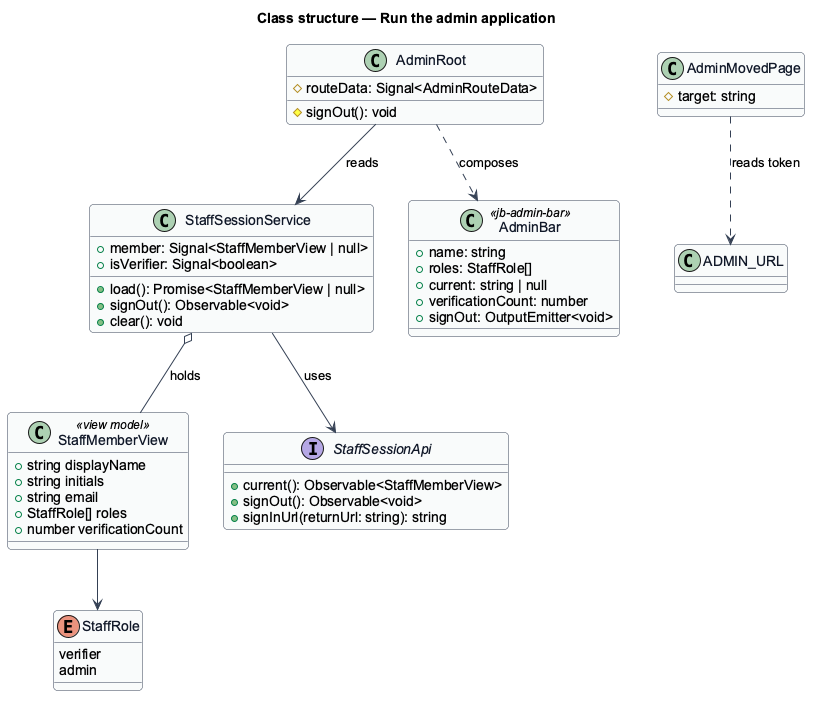
Earlier version of the PlantUML export docs/detailed-designs/admin/run-admin-application/diagrams/class-structure.png (QuinntyneBrown/jubilee).
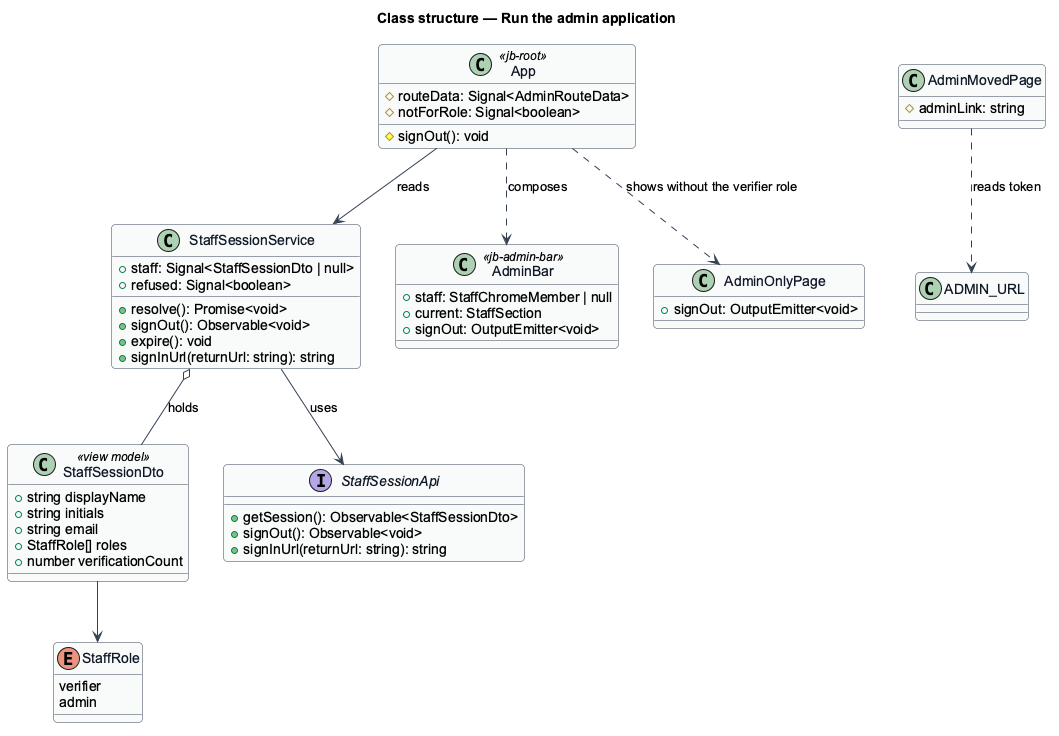
Above is the later version.

The edit, as a diff of the source:
```diff
@@ -11,7 +11,7 @@
 }
 title Class structure — Run the admin application
 
-class StaffMemberView <<view model>> {
+class StaffSessionDto <<view model>> {
   +string displayName
   +string initials
   +string email
@@ -23,35 +23,39 @@
   admin
 }
 class StaffSessionService {
-  +member: Signal<StaffMemberView | null>
-  +isVerifier: Signal<boolean>
-  +load(): Promise<StaffMemberView | null>
+  +staff: Signal<StaffSessionDto | null>
+  +refused: Signal<boolean>
+  +resolve(): Promise<void>
   +signOut(): Observable<void>
-  +clear(): void
+  +expire(): void
+  +signInUrl(returnUrl: string): string
 }
 interface StaffSessionApi {
-  +current(): Observable<StaffMemberView>
+  +getSession(): Observable<StaffSessionDto>
   +signOut(): Observable<void>
   +signInUrl(returnUrl: string): string
 }
-class AdminRoot {
+class App <<jb-root>> {
   #routeData: Signal<AdminRouteData>
+  #notForRole: Signal<boolean>
   #signOut(): void
 }
 class AdminBar <<jb-admin-bar>> {
-  +name: string
-  +roles: StaffRole[]
-  +current: string | null
-  +verificationCount: number
+  +staff: StaffChromeMember | null
+  +current: StaffSection
+  +signOut: OutputEmitter<void>
+}
+class AdminOnlyPage {
   +signOut: OutputEmitter<void>
 }
 class AdminMovedPage {
-  #target: string
+  #adminLink: string
 }
 StaffSessionService --> StaffSessionApi : uses
-StaffSessionService o-- StaffMemberView : holds
-StaffMemberView --> StaffRole
-AdminRoot --> StaffSessionService : reads
-AdminRoot ..> AdminBar : composes
+StaffSessionService o-- StaffSessionDto : holds
+StaffSessionDto --> StaffRole
+App --> StaffSessionService : reads
+App ..> AdminBar : composes
+App ..> AdminOnlyPage : shows without the verifier role
 AdminMovedPage ..> "ADMIN_URL" : reads token
 @enduml
```
